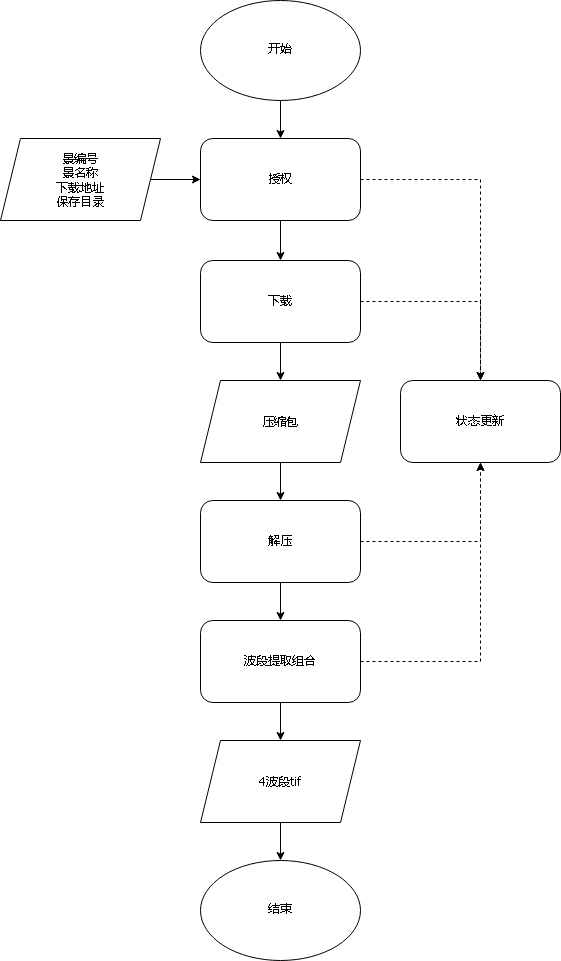
The draw.io diagram sfarm/sfarm_s2download_node.drawio.png in bayberryan/diagrams, before a commit. Source tidied: cells renumbered, new cells last; positions are measured from the earlier drawing's top-left corner, leaving out a move shared by most shapes.
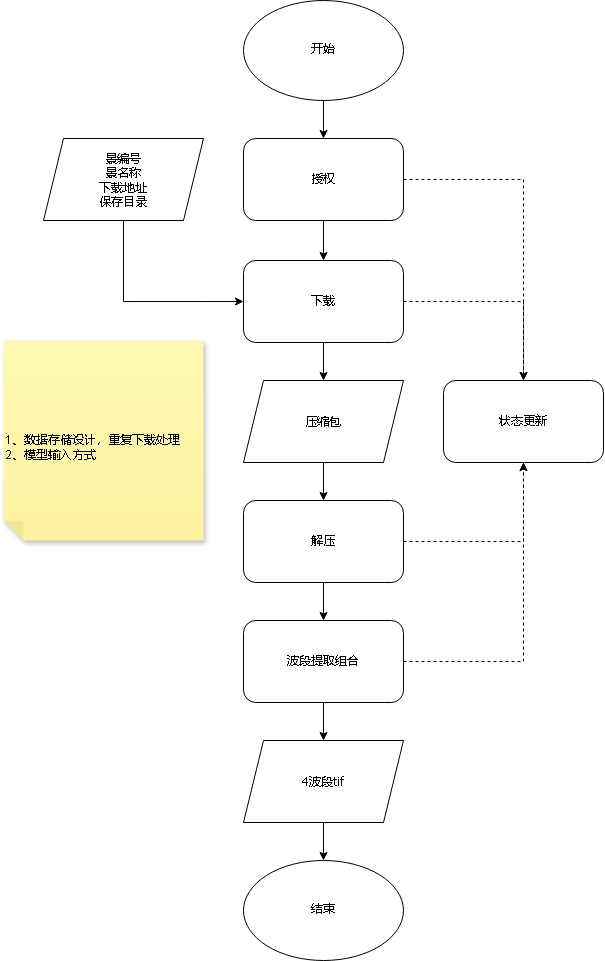
Above is the later version.

What changed in the source:
```diff
@@ -8,7 +8,7 @@
     <mxCell id="3" value="开始" style="ellipse;whiteSpace=wrap;html=1;fontFamily=Architects Daughter;fontSource=https%3A%2F%2Ffonts.googleapis.com%2Fcss%3Ffamily%3DArchitects%2BDaughter;" parent="1" vertex="1">
       <mxGeometry x="200" width="160" height="100" as="geometry" />
     </mxCell>
-    <mxCell id="4" style="edgeStyle=orthogonalEdgeStyle;rounded=0;jettySize=auto;html=1;" parent="1" edge="1" source="5" target="8">
+    <mxCell id="4" style="edgeStyle=orthogonalEdgeStyle;rounded=0;jettySize=auto;html=1;entryX=0;entryY=0.5;entryDx=0;entryDy=0;exitX=0.5;exitY=1;exitDx=0;exitDy=0;" parent="1" edge="1" source="5" target="11">
       <mxGeometry relative="1" as="geometry" />
     </mxCell>
     <mxCell id="5" value="&lt;div&gt;景编号&lt;/div&gt;&lt;div&gt;景名称&lt;/div&gt;&lt;div&gt;下载地址&lt;/div&gt;&lt;div&gt;保存目录&lt;/div&gt;" style="shape=parallelogram;perimeter=parallelogramPerimeter;whiteSpace=wrap;html=1;fixedSize=1;fontFamily=Tahoma;" parent="1" vertex="1">
@@ -68,5 +68,8 @@
     <mxCell id="23" value="状态更新" style="rounded=1;whiteSpace=wrap;html=1;" parent="1" vertex="1">
       <mxGeometry x="400" y="380" width="160" height="82" as="geometry" />
     </mxCell>
+    <mxCell id="24" value="&lt;div&gt;&lt;br&gt;&lt;/div&gt;1、数据存储设计，重复下载处理&lt;div&gt;2、模型输入方式&lt;/div&gt;" style="shape=note;whiteSpace=wrap;html=1;backgroundOutline=1;fontColor=#000000;darkOpacity=0.05;fillColor=#FFF9B2;strokeColor=none;fillStyle=solid;direction=west;gradientDirection=north;gradientColor=#FFF2A1;shadow=1;size=20;fontFamily=Helvetica;align=left;" parent="1" vertex="1">
+      <mxGeometry x="-40" y="340" width="200" height="200" as="geometry" />
+    </mxCell>
   </root>
 </mxGraphModel>
```
